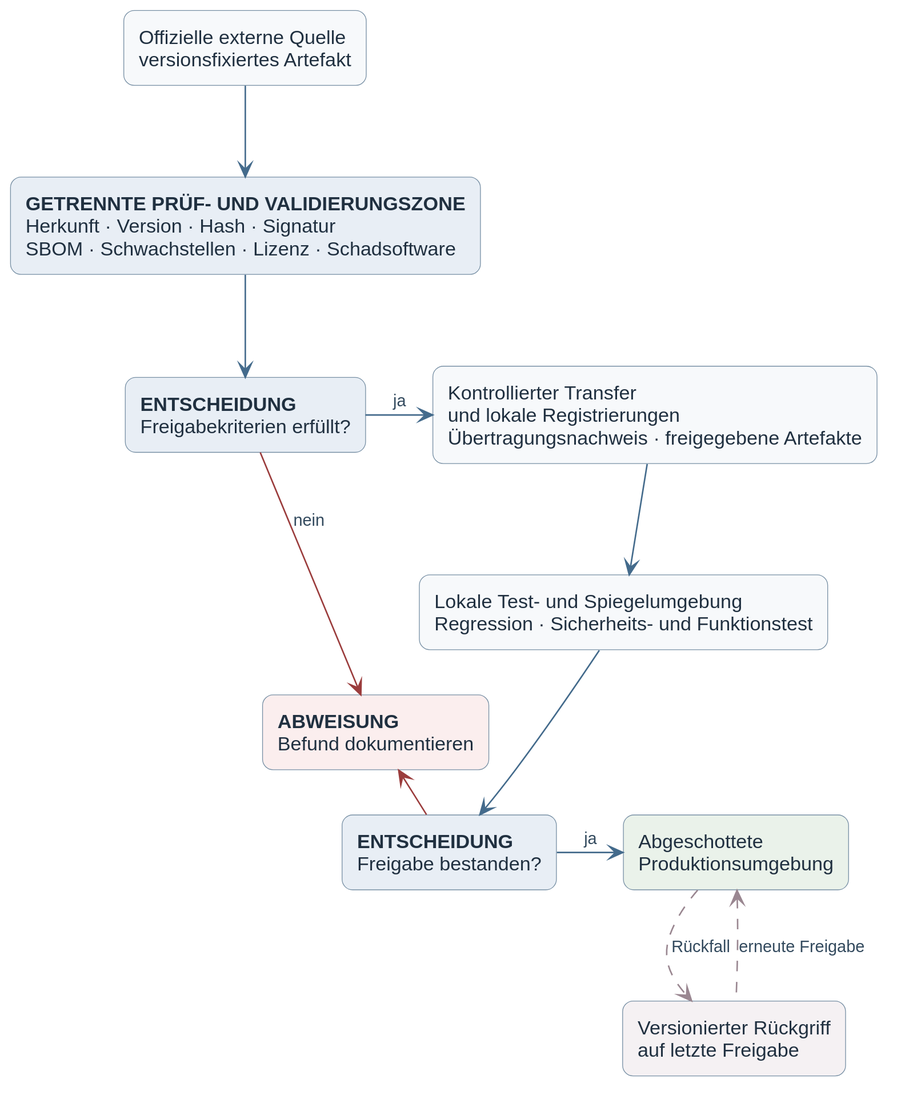
This is dokumentation/medien/artefaktimport.svg from adrianweidig/allgemeines-ki-it-sicherheitskonzept, a PlantUML export, as it was before one commit.
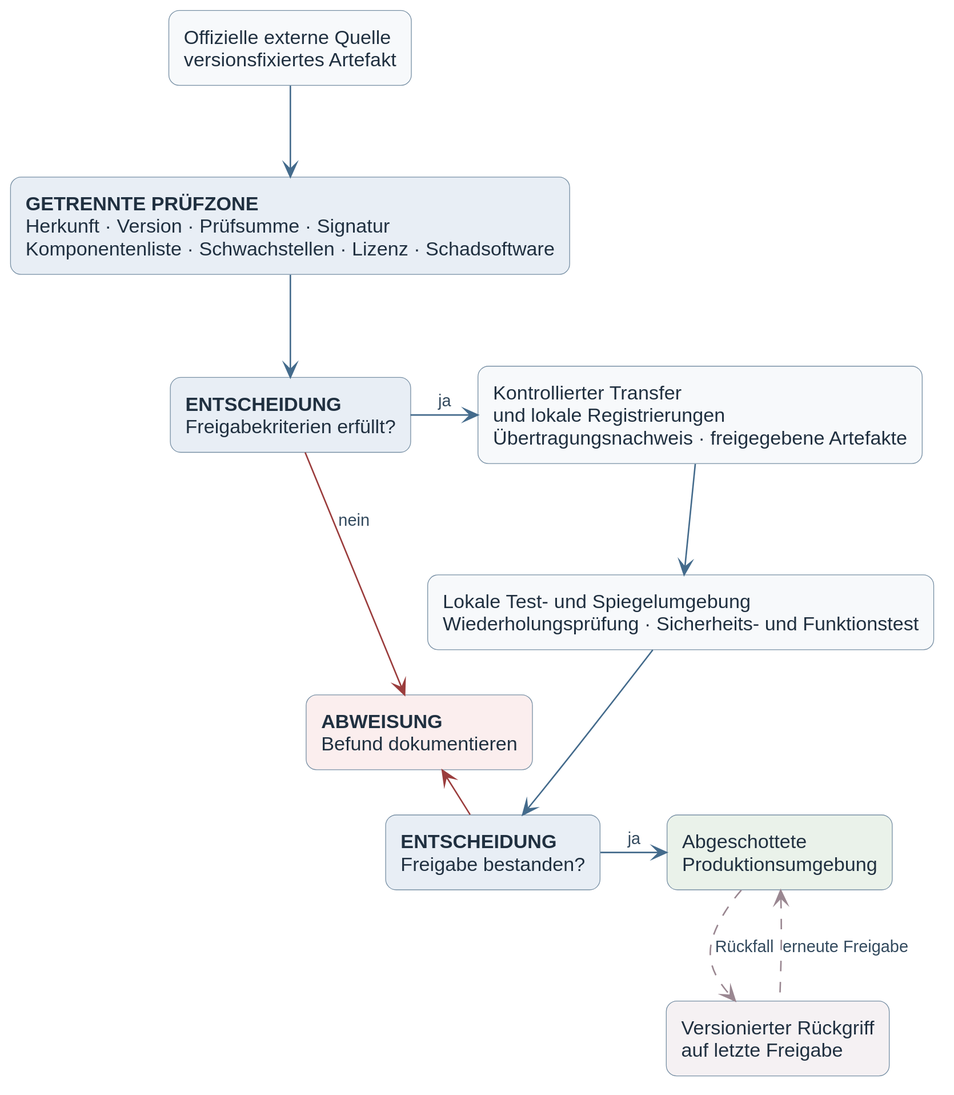
After the change.

Change to the diagram source:
```diff
@@ -17,10 +17,10 @@
 }
 
 rectangle "Offizielle externe Quelle\nversionsfixiertes Artefakt" as quelle
-rectangle "**GETRENNTE PRÜF- UND VALIDIERUNGSZONE**\nHerkunft · Version · Hash · Signatur\nSBOM · Schwachstellen · Lizenz · Schadsoftware" as pruefung #E8EEF5
+rectangle "**GETRENNTE PRÜFZONE**\nHerkunft · Version · Prüfsumme · Signatur\nKomponentenliste · Schwachstellen · Lizenz · Schadsoftware" as pruefung #E8EEF5
 rectangle "**ENTSCHEIDUNG**\nFreigabekriterien erfüllt?" as kriterien #E8EEF5
 rectangle "Kontrollierter Transfer\nund lokale Registrierungen\nÜbertragungsnachweis · freigegebene Artefakte" as transfer
-rectangle "Lokale Test- und Spiegelumgebung\nRegression · Sicherheits- und Funktionstest" as test
+rectangle "Lokale Test- und Spiegelumgebung\nWiederholungsprüfung · Sicherheits- und Funktionstest" as test
 rectangle "**ENTSCHEIDUNG**\nFreigabe bestanden?" as freigabe #E8EEF5
 rectangle "Abgeschottete\nProduktionsumgebung" as produktion #EAF2EA
 rectangle "Versionierter Rückgriff\nauf letzte Freigabe" as rueckfall #F5F1F3
```
